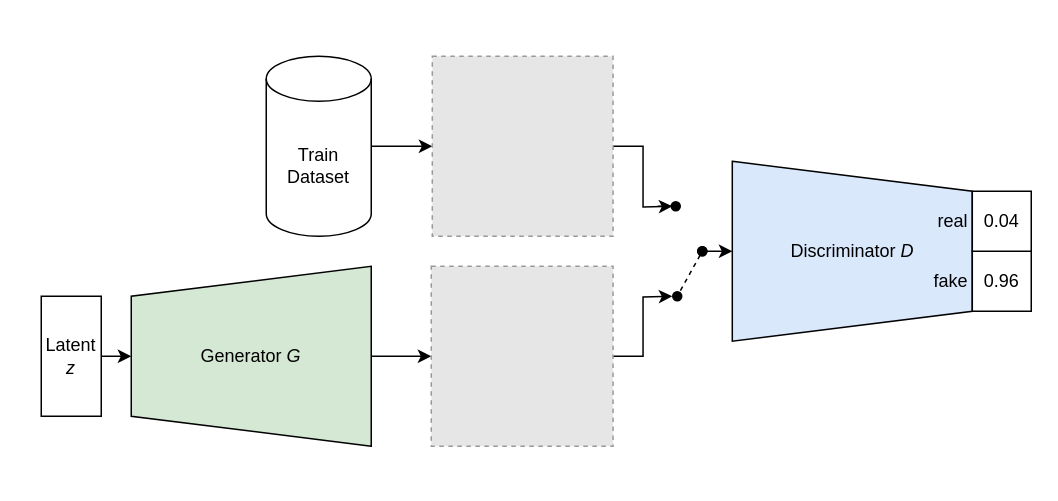
This is page "Page-4" (4 of 4) of Untitled Diagram.drawio from losredoe132/losredoe132, a draw.io file, before an edit. Source tidied: cells renumbered, new cells numbered last; positions are measured from the earlier drawing's top-left corner, leaving out a move shared by most shapes. Both pictures are drawn from the tidied source at 150%, with x=0, y=0 at pixel (40, 56). Pictures stored in the file or linked from it are replaced by grey dashed boxes.
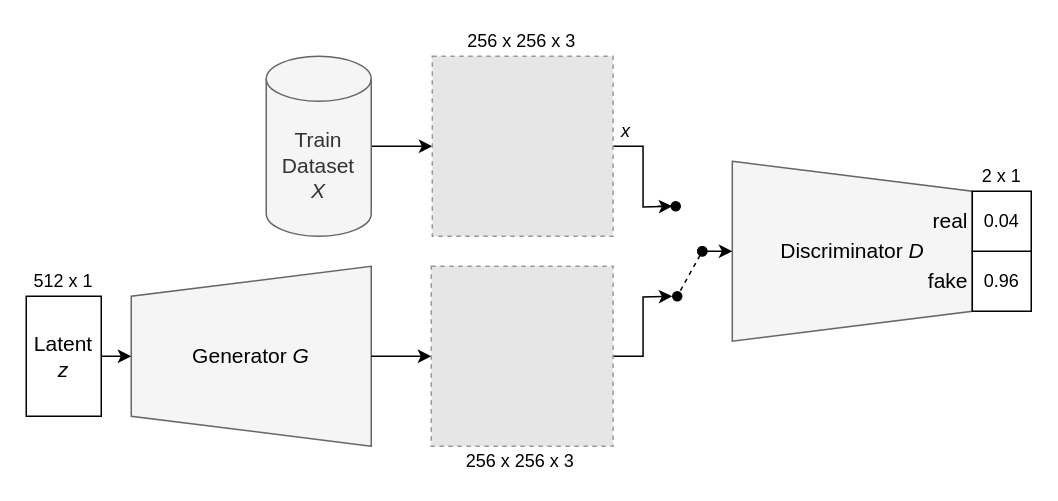
After the change.

Diff of the diagram source:
```diff
@@
-    <mxCell id="2" style="shape=trapezoid;perimeter=trapezoidPerimeter;whiteSpace=wrap;html=1;fixedSize=1;strokeColor=default;rotation=90;horizontal=0;fillColor=#dae8fc;" parent="1" vertex="1">
+    <mxCell id="2" style="shape=trapezoid;perimeter=trapezoidPerimeter;whiteSpace=wrap;html=1;fixedSize=1;strokeColor=#666666;rotation=90;horizontal=0;fillColor=#f5f5f5;fontColor=#333333;" parent="1" vertex="1">
       <mxGeometry x="480.7" y="50" width="120" height="160" as="geometry" />
     </mxCell>
-    <mxCell id="3" value="Discriminator &lt;i&gt;D&lt;/i&gt;" style="text;html=1;strokeColor=none;fillColor=none;align=center;verticalAlign=middle;whiteSpace=wrap;rounded=0;" parent="1" vertex="1">
+    <mxCell id="3" value="Discriminator &lt;i style=&quot;font-size: 14px;&quot;&gt;D&lt;/i&gt;" style="text;html=1;strokeColor=none;fillColor=none;align=center;verticalAlign=middle;whiteSpace=wrap;rounded=0;fontSize=14;" parent="1" vertex="1">
       <mxGeometry x="460.7" y="110" width="160" height="40" as="geometry" />
     </mxCell>
-    <mxCell id="4" style="shape=trapezoid;perimeter=trapezoidPerimeter;whiteSpace=wrap;html=1;fixedSize=1;strokeColor=default;rotation=-90;horizontal=0;fillColor=#d5e8d4;" parent="1" vertex="1">
+    <mxCell id="4" style="shape=trapezoid;perimeter=trapezoidPerimeter;whiteSpace=wrap;html=1;fixedSize=1;strokeColor=#666666;rotation=-90;horizontal=0;fillColor=#f5f5f5;fontColor=#333333;" parent="1" vertex="1">
       <mxGeometry x="80" y="120" width="120" height="160" as="geometry" />
     </mxCell>
@@
-    <mxCell id="6" value="Generator &lt;i&gt;G&lt;/i&gt;" style="text;html=1;strokeColor=none;fillColor=none;align=center;verticalAlign=middle;whiteSpace=wrap;rounded=0;" parent="1" vertex="1">
+    <mxCell id="6" value="Generator &lt;i style=&quot;font-size: 14px;&quot;&gt;G&lt;/i&gt;" style="text;html=1;strokeColor=none;fillColor=none;align=center;verticalAlign=middle;whiteSpace=wrap;rounded=0;fontSize=14;" parent="1" vertex="1">
       <mxGeometry x="60" y="180" width="160" height="40" as="geometry" />
     </mxCell>
@@
-    <mxCell id="8" value="Latent &lt;i&gt;z&lt;/i&gt;" style="rounded=0;whiteSpace=wrap;html=1;strokeColor=default;" parent="1" vertex="1">
-      <mxGeometry y="160" width="40" height="80" as="geometry" />
+    <mxCell id="8" value="Latent &lt;i style=&quot;font-size: 14px;&quot;&gt;z&lt;/i&gt;" style="rounded=0;whiteSpace=wrap;html=1;strokeColor=default;fontSize=14;" parent="1" vertex="1">
+      <mxGeometry x="-10" y="160" width="50" height="80" as="geometry" />
     </mxCell>
@@
-    <mxCell id="10" value="Train Dataset" style="shape=cylinder3;whiteSpace=wrap;html=1;boundedLbl=1;backgroundOutline=1;size=15;strokeColor=default;" parent="1" vertex="1">
+    <mxCell id="10" value="&lt;div style=&quot;font-size: 14px;&quot;&gt;Train Dataset&lt;/div&gt;&lt;div style=&quot;font-size: 14px;&quot;&gt;&lt;i style=&quot;font-size: 14px;&quot;&gt;X&lt;/i&gt;&lt;/div&gt;" style="shape=cylinder3;whiteSpace=wrap;html=1;boundedLbl=1;backgroundOutline=1;size=15;fillColor=#f5f5f5;fontColor=#333333;strokeColor=#666666;fontSize=14;" parent="1" vertex="1">
       <mxGeometry x="150" width="70" height="120" as="geometry" />
     </mxCell>
@@
-    <mxCell id="19" value="&lt;div&gt;real&lt;/div&gt;" style="text;html=1;strokeColor=none;fillColor=none;align=right;verticalAlign=middle;whiteSpace=wrap;rounded=0;" parent="1" vertex="1">
+    <mxCell id="19" value="&lt;div style=&quot;font-size: 14px;&quot;&gt;real&lt;/div&gt;" style="text;html=1;strokeColor=none;fillColor=none;align=right;verticalAlign=middle;whiteSpace=wrap;rounded=0;fontSize=14;" parent="1" vertex="1">
       <mxGeometry x="560.7" y="90" width="59.3" height="40" as="geometry" />
     </mxCell>
-    <mxCell id="20" value="fake" style="text;html=1;strokeColor=none;fillColor=none;align=right;verticalAlign=middle;whiteSpace=wrap;rounded=0;" parent="1" vertex="1">
+    <mxCell id="20" value="fake" style="text;html=1;strokeColor=none;fillColor=none;align=right;verticalAlign=middle;whiteSpace=wrap;rounded=0;fontSize=14;" parent="1" vertex="1">
       <mxGeometry x="561.4" y="130" width="59.3" height="40" as="geometry" />
     </mxCell>
@@
+    <mxCell id="22" value="&lt;i&gt;x&lt;/i&gt;" style="text;html=1;strokeColor=none;fillColor=none;align=center;verticalAlign=middle;whiteSpace=wrap;rounded=0;" parent="1" vertex="1">
+      <mxGeometry x="360" y="40" width="60" height="20" as="geometry" />
+    </mxCell>
+    <mxCell id="23" value="512 x 1" style="rounded=0;whiteSpace=wrap;html=1;fontSize=12;strokeColor=none;fillColor=none;" parent="1" vertex="1">
+      <mxGeometry x="-10" y="140" width="50" height="20" as="geometry" />
+    </mxCell>
+    <mxCell id="24" value="256 x 256 x 3" style="rounded=0;whiteSpace=wrap;html=1;fontSize=12;strokeColor=none;fillColor=none;" parent="1" vertex="1">
+      <mxGeometry x="260.7" y="-20" width="119.3" height="20" as="geometry" />
+    </mxCell>
+    <mxCell id="25" value="256 x 256 x 3" style="rounded=0;whiteSpace=wrap;html=1;fontSize=12;strokeColor=none;fillColor=none;" parent="1" vertex="1">
+      <mxGeometry x="260" y="260" width="119.3" height="20" as="geometry" />
+    </mxCell>
+    <mxCell id="26" value="2 x 1" style="rounded=0;whiteSpace=wrap;html=1;fontSize=12;strokeColor=none;fillColor=none;" parent="1" vertex="1">
+      <mxGeometry x="620.7" y="70" width="39.3" height="20" as="geometry" />
+    </mxCell>
```
